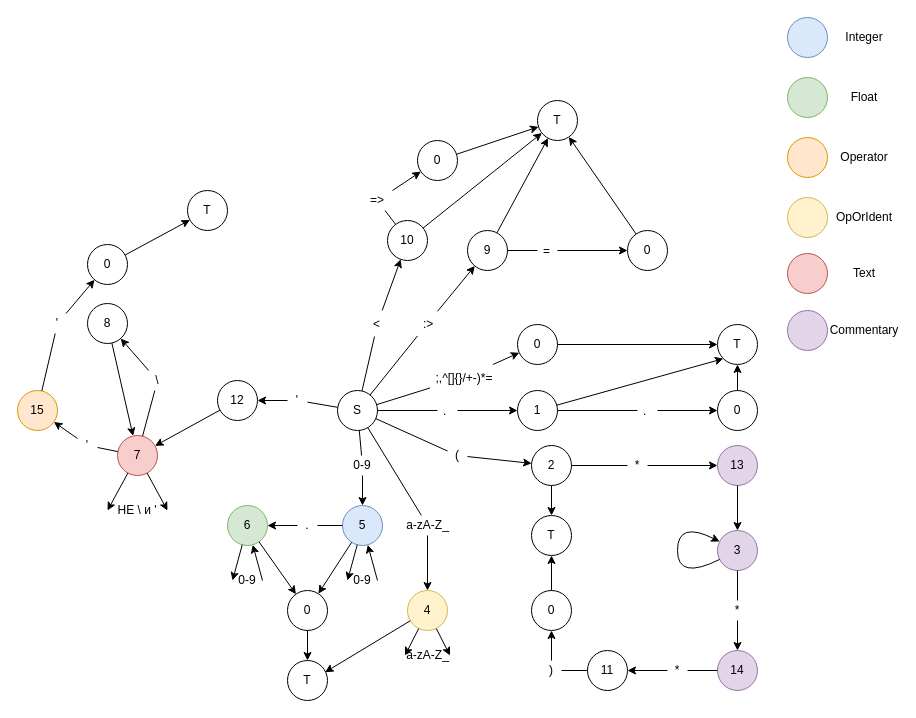
XJIE6yIIIEK/PascalCompiler keeps this draw.io diagram as PascalCompiler/LEXER_FSM.drawio. Above is the earlier version. Source tidied: cells renumbered, new cells numbered last; positions are measured from the earlier drawing's top-left corner, leaving out a move shared by most shapes. Both pictures are drawn from the tidied source at 100%, with x=0, y=0 at pixel (17, 17).
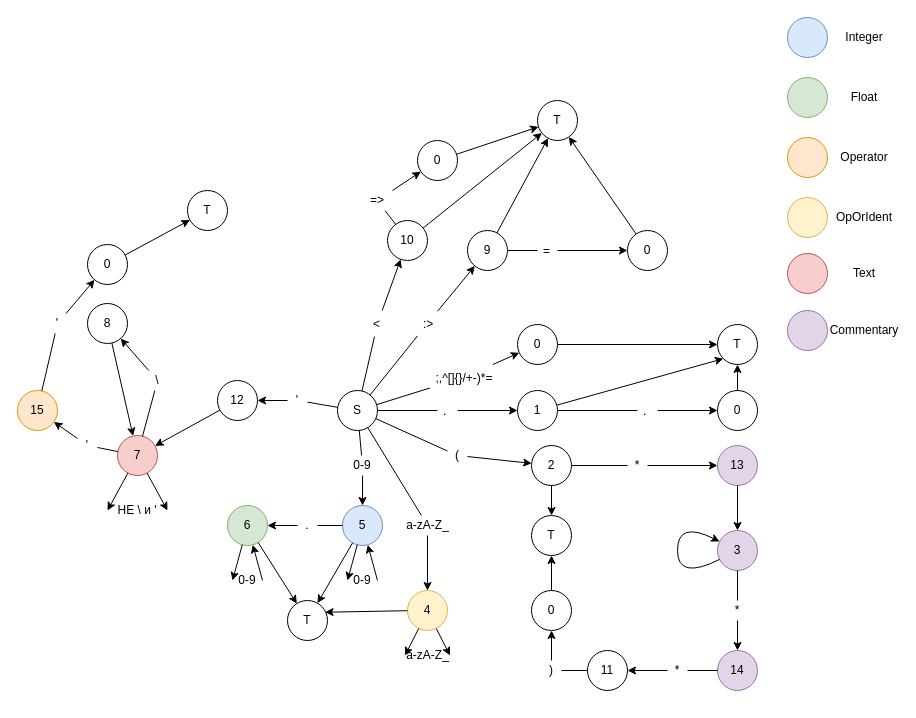
After the change.

Unchanged cells that the change refers to:
```xml
<mxCell id="50" value="5" style="ellipse;whiteSpace=wrap;html=1;fillColor=#dae8fc;strokeColor=#6c8ebf;" parent="1" vertex="1">
  <mxGeometry x="325" y="488" width="40" height="40" as="geometry" />
</mxCell>
<mxCell id="54" value="6" style="ellipse;whiteSpace=wrap;html=1;fillColor=#d5e8d4;strokeColor=#82b366;" parent="1" vertex="1">
  <mxGeometry x="210" y="488" width="40" height="40" as="geometry" />
</mxCell>
```

What changed in the source:
```diff
@@
-    <mxCell id="64" style="endArrow=classic;html=1;" parent="1" edge="1" source="54" target="65">
+    <mxCell id="64" style="endArrow=classic;html=1;" parent="1" edge="1" source="54" target="67">
       <mxGeometry relative="1" as="geometry" />
     </mxCell>
-    <mxCell id="65" value="0" style="ellipse;whiteSpace=wrap;html=1;" parent="1" vertex="1">
-      <mxGeometry x="270" y="573" width="40" height="40" as="geometry" />
-    </mxCell>
-    <mxCell id="66" style="endArrow=classic;html=1;" parent="1" edge="1" source="50" target="65">
+    <mxCell id="66" style="endArrow=classic;html=1;" parent="1" edge="1" source="50" target="67">
       <mxGeometry relative="1" as="geometry" />
     </mxCell>
     <mxCell id="67" value="T" style="ellipse;whiteSpace=wrap;html=1;" parent="1" vertex="1">
-      <mxGeometry x="270" y="643" width="40" height="40" as="geometry" />
+      <mxGeometry x="270" y="583" width="40" height="40" as="geometry" />
     </mxCell>
-    <mxCell id="68" style="endArrow=classic;html=1;" parent="1" edge="1" source="65" target="67">
-      <mxGeometry relative="1" as="geometry" />
-    </mxCell>
```
